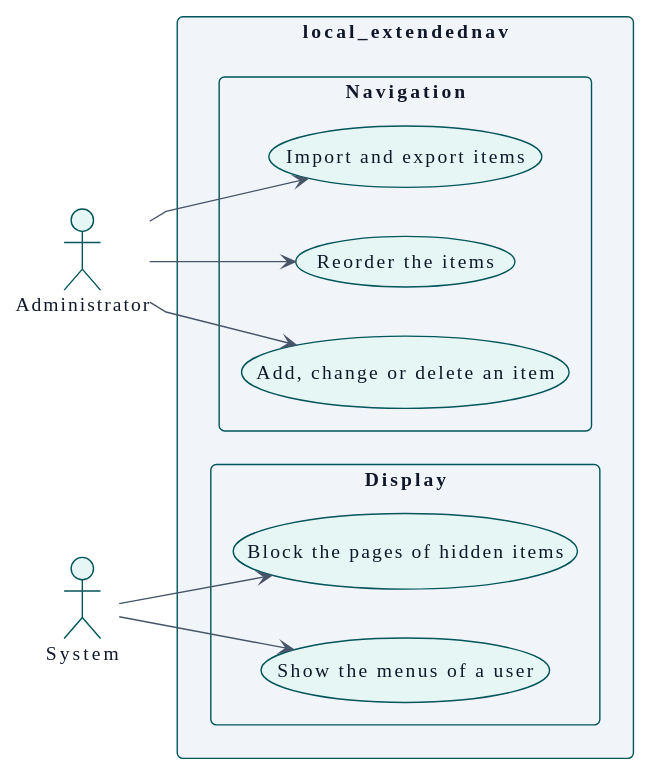
The PlantUML diagram docs/es/technical/requirements/use-case-overview.svg in didactika/moodle-local_extendednav, before a commit. Source of this version:
```plantuml
@startuml
!theme plain
skinparam backgroundColor #FFFFFF
skinparam defaultFontName IBM Plex Sans
skinparam defaultFontSize 14
skinparam defaultFontColor #0F172A
skinparam shadowing false
skinparam packageStyle rectangle
skinparam ArrowFontSize 12
skinparam ClassAttributeIconSize 0
skinparam roundCorner 8
skinparam ArrowColor #475569
skinparam ArrowFontColor #0F172A
skinparam NoteBackgroundColor #FDF3DC
skinparam NoteBorderColor #00555A
skinparam NoteFontColor #0F172A
skinparam class {
  BackgroundColor #E6F6F4
  BorderColor #00555A
  FontColor #0F172A
}
skinparam entity {
  BackgroundColor #E6F6F4
  BorderColor #00555A
  FontColor #0F172A
}
skinparam participant {
  BackgroundColor #E6F6F4
  BorderColor #00555A
  FontColor #0F172A
}
skinparam actor {
  BackgroundColor #E6F6F4
  BorderColor #00555A
  FontColor #0F172A
}
skinparam database {
  BackgroundColor #E6F6F4
  BorderColor #00555A
  FontColor #0F172A
}
skinparam component {
  BackgroundColor #E6F6F4
  BorderColor #00555A
  FontColor #0F172A
}
skinparam node {
  BackgroundColor #E6F6F4
  BorderColor #00555A
  FontColor #0F172A
}
skinparam usecase {
  BackgroundColor #E6F6F4
  BorderColor #00555A
  FontColor #0F172A
}
skinparam interface {
  BackgroundColor #E6F6F4
  BorderColor #00555A
  FontColor #0F172A
}
skinparam state {
  BackgroundColor #E6F6F4
  BorderColor #00555A
  FontColor #0F172A
  StartColor #475569
  EndColor #475569
  ArrowColor #475569
}
skinparam package {
  BackgroundColor #F1F5F9
  BorderColor #00555A
  FontColor #0F172A
}
skinparam sequence {
  LifeLineBorderColor #475569
  LifeLineBackgroundColor #E6F6F4
  ArrowColor #475569
  GroupBorderColor #00555A
  GroupBackgroundColor #F1F5F9
}
skinparam package<<level1>> {
  BackgroundColor #A7DDD5
  BorderColor #00555A
  FontColor #0F172A
}
skinparam package<<level2>> {
  BackgroundColor #C8EEE9
  BorderColor #00555A
  FontColor #0F172A
}
skinparam package<<level3>> {
  BackgroundColor #E6F6F4
  BorderColor #00555A
  FontColor #0F172A
}
skinparam package<<level4>> {
  BackgroundColor #F4FBFA
  BorderColor #00555A
  FontColor #0F172A
}
hide <<level1>> stereotype
hide <<level2>> stereotype
hide <<level3>> stereotype
hide <<level4>> stereotype
skinparam linetype polyline
left to right direction

actor "Administrator" as A_Administrator
actor "System" as A_System

rectangle "local_extendednav" {
  package "Navigation" {
    usecase "Add, change or delete an item" as UC_manageNodes
    usecase "Reorder the items" as UC_reorderNodes
    usecase "Import and export items" as UC_importNodes
  }
  package "Display" {
    usecase "Show the menus of a user" as UC_showMenus
    usecase "Block the pages of hidden items" as UC_blockUrl
  }
}

A_Administrator --> UC_manageNodes
A_Administrator --> UC_reorderNodes
A_Administrator --> UC_importNodes
A_System --> UC_showMenus
A_System --> UC_blockUrl
@enduml
```
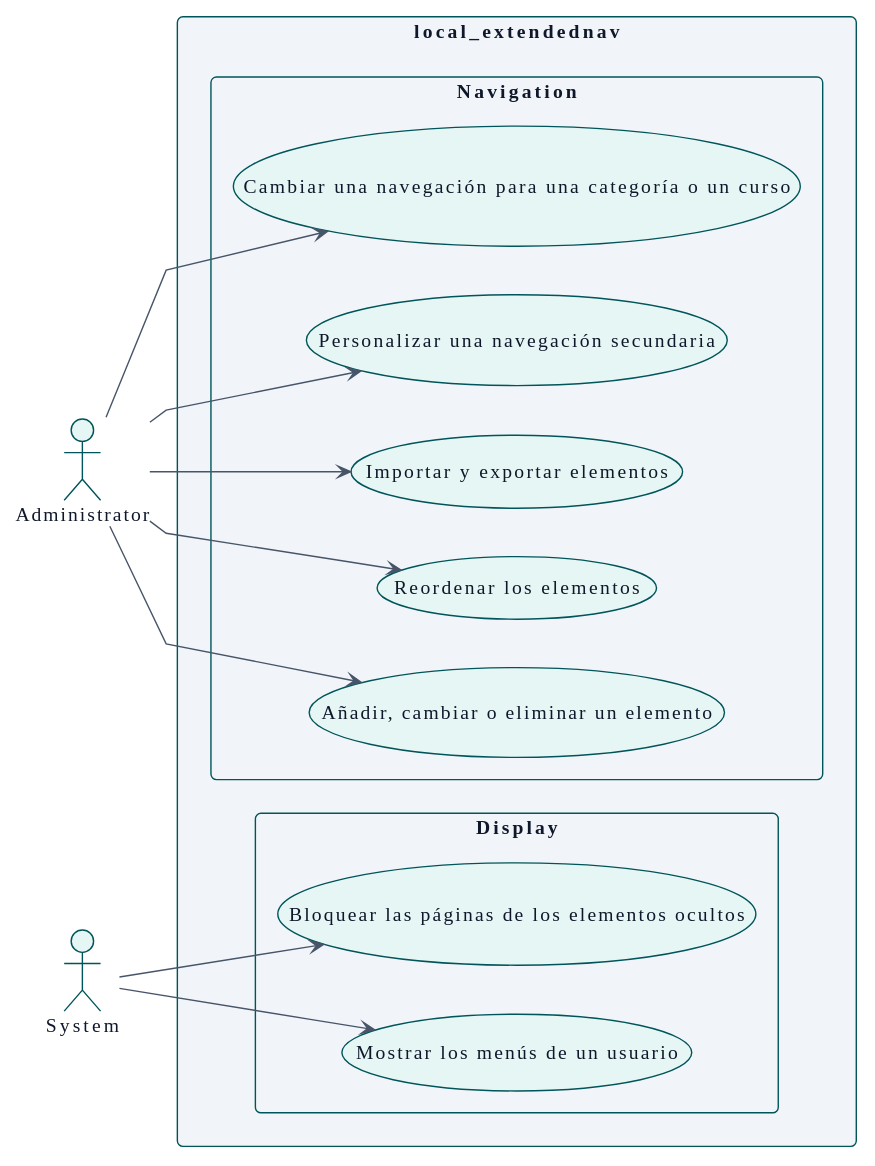
Later version of the same file.

The edit, as a diff of the source:
```diff
@@ -111,13 +111,15 @@
 
 rectangle "local_extendednav" {
   package "Navigation" {
-    usecase "Add, change or delete an item" as UC_manageNodes
-    usecase "Reorder the items" as UC_reorderNodes
-    usecase "Import and export items" as UC_importNodes
+    usecase "Añadir, cambiar o eliminar un elemento" as UC_manageNodes
+    usecase "Reordenar los elementos" as UC_reorderNodes
+    usecase "Importar y exportar elementos" as UC_importNodes
+    usecase "Personalizar una navegación secundaria" as UC_customiseSecondaryNavigation
+    usecase "Cambiar una navegación para una categoría o un curso" as UC_setScopeException
   }
   package "Display" {
-    usecase "Show the menus of a user" as UC_showMenus
-    usecase "Block the pages of hidden items" as UC_blockUrl
+    usecase "Mostrar los menús de un usuario" as UC_showMenus
+    usecase "Bloquear las páginas de los elementos ocultos" as UC_blockUrl
   }
 }
 
@@ -126,4 +128,6 @@
 A_Administrator --> UC_importNodes
 A_System --> UC_showMenus
 A_System --> UC_blockUrl
+A_Administrator --> UC_customiseSecondaryNavigation
+A_Administrator --> UC_setScopeException
 @enduml
```
